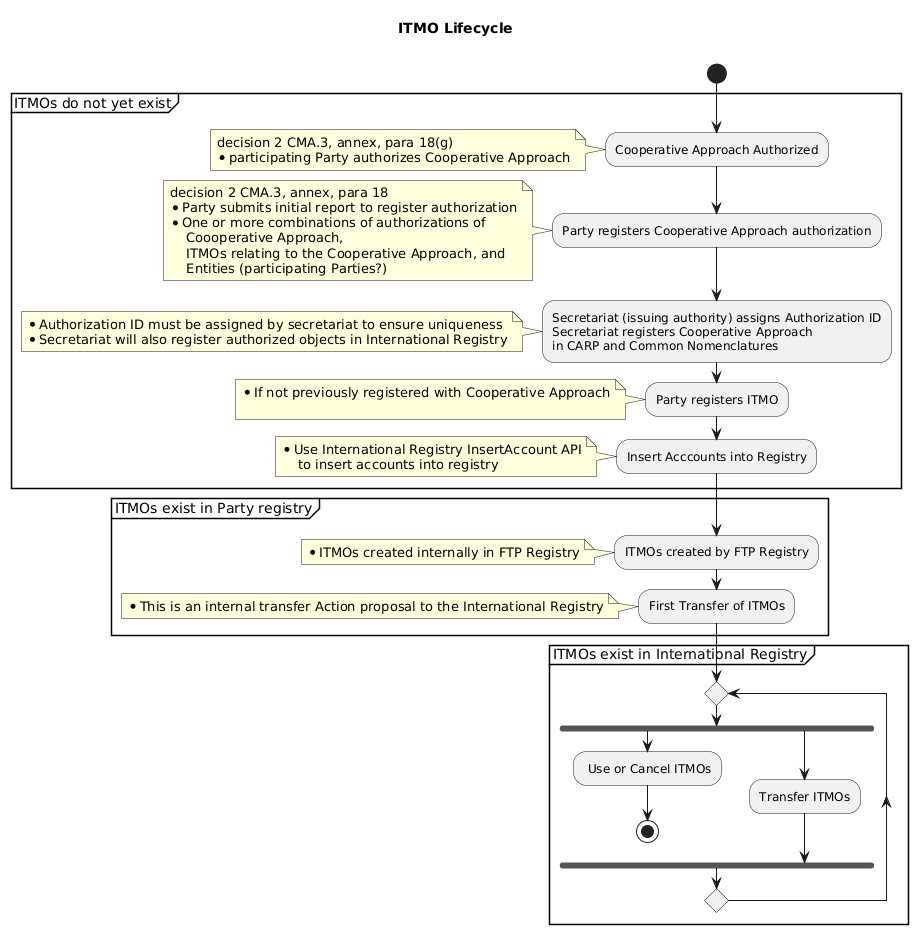
The PlantUML diagram diagrams/ITMO Lifecycle Activity.png in frankcnng/CARP, before a commit.
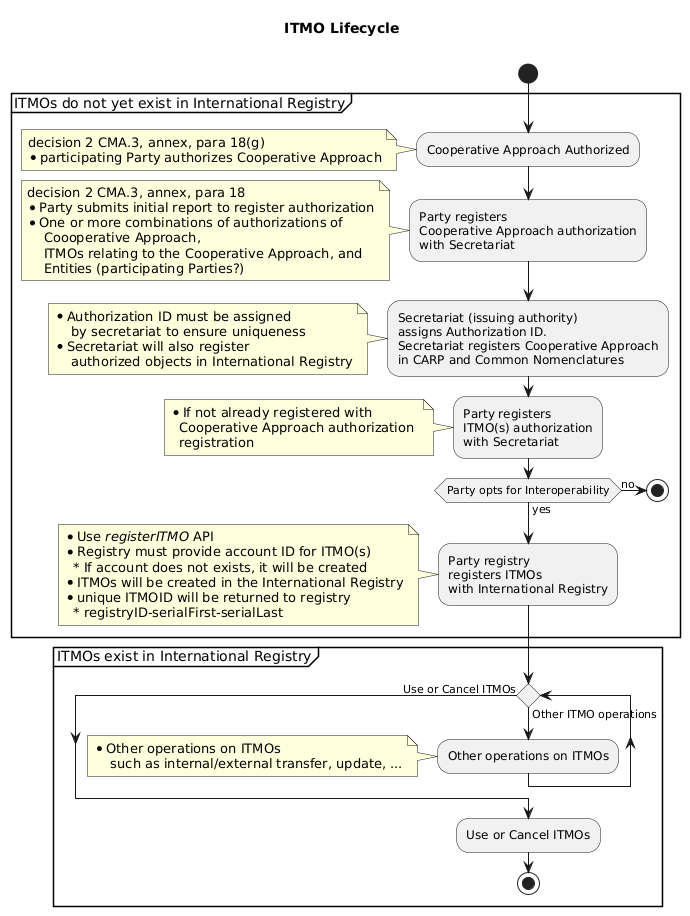
Above is the later version.

Commit message:
Commit from GitHub Actions (Run linters and build artifacts)

Diff of the diagram source:
```diff
@@ -4,7 +4,7 @@
 
 start
 
-partition ITMOs do not yet exist {
+partition ITMOs do not yet exist in International Registry {
 
     :Cooperative Approach Authorized;
       note left
@@ -12,7 +12,9 @@
         * participating Party authorizes Cooperative Approach
       end note
 
-    :Party registers Cooperative Approach authorization;
+    :Party registers
+    Cooperative Approach authorization
+    with Secretariat;
       note left
         decision 2 CMA.3, annex, para 18
         * Party submits initial report to register authorization
@@ -22,58 +24,61 @@
             Entities (participating Parties?)
       end note
 
-    :Secretariat (issuing authority) assigns Authorization ID
+    :Secretariat (issuing authority)
+    assigns Authorization ID.
     Secretariat registers Cooperative Approach
     in CARP and Common Nomenclatures;
       note left
-        * Authorization ID must be assigned by secretariat to ensure uniqueness
-        * Secretariat will also register authorized objects in International Registry
+        * Authorization ID must be assigned
+            by secretariat to ensure uniqueness
+        * Secretariat will also register
+            authorized objects in International Registry
       end note
 
-    :Party registers ITMO;
+    :Party registers
+    ITMO(s) authorization
+    with Secretariat;
 
     note left
-        * If not previously registered with Cooperative Approach
-
+        * If not already registered with
+          Cooperative Approach authorization
+          registration
     end note
 
-    :Insert Acccounts into Registry;
+    if (Party opts for Interoperability) then (yes)
 
-    note left
-        * Use International Registry InsertAccount API
-            to insert accounts into registry
-    end note
+      :Party registry
+      registers ITMOs
+      with International Registry;
+        note left
+        * Use //registerITMO// API
+        * Registry must provide account ID for ITMO(s)
+          * If account does not exists, it will be created
+        * ITMOs will be created in the International Registry
+        * unique ITMOID will be returned to registry
+          * registryID-serialFirst-serialLast
+        end note
 
-    }
+    else (no)
+      stop
 
-partition ITMOs exist in Party registry {
-
-    :ITMOs created by FTP Registry;
-
-    note left
-        * ITMOs created internally in FTP Registry
-    end note
-
-    :First Transfer of ITMOs;
-
-    note left
-        * This is an internal transfer Action proposal to the International Registry
-    end note
-
+  endif
 }
 
 partition ITMOs exist in International Registry {
 
-    repeat
+  while () is (Other ITMO operations)
 
-        fork
-            : Use or Cancel ITMOs;
-            stop
-        fork again
-            :Transfer ITMOs;
-        end fork
+    :Other operations on ITMOs;
+      note left
+      * Other operations on ITMOs
+          such as internal/external transfer, update, ...
+      end note
 
-    repeat while ()
+  endwhile (Use or Cancel ITMOs)
+    :Use or Cancel ITMOs;
+    stop
+
 
 }
 
```
